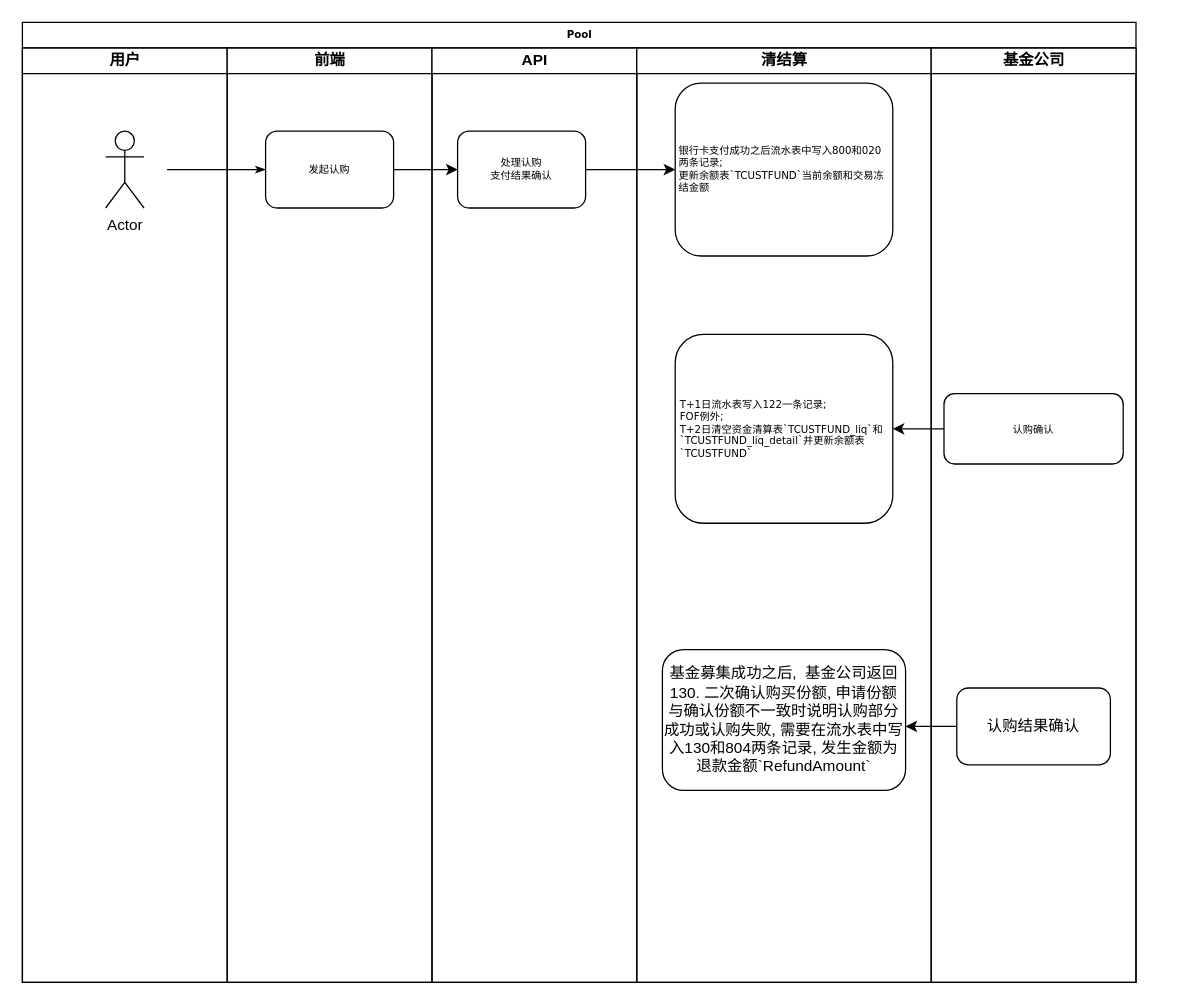
Above: page "认购-银行卡支付" (1 of 5) of 2.drawio in xieyx/flow (draw.io), before the change. Source tidied: cells renumbered, new cells numbered last; positions are measured from the earlier drawing's top-left corner, leaving out a move shared by most shapes. Both pictures are drawn from the tidied source at 128%, with x=0, y=0 at pixel (22, 22).
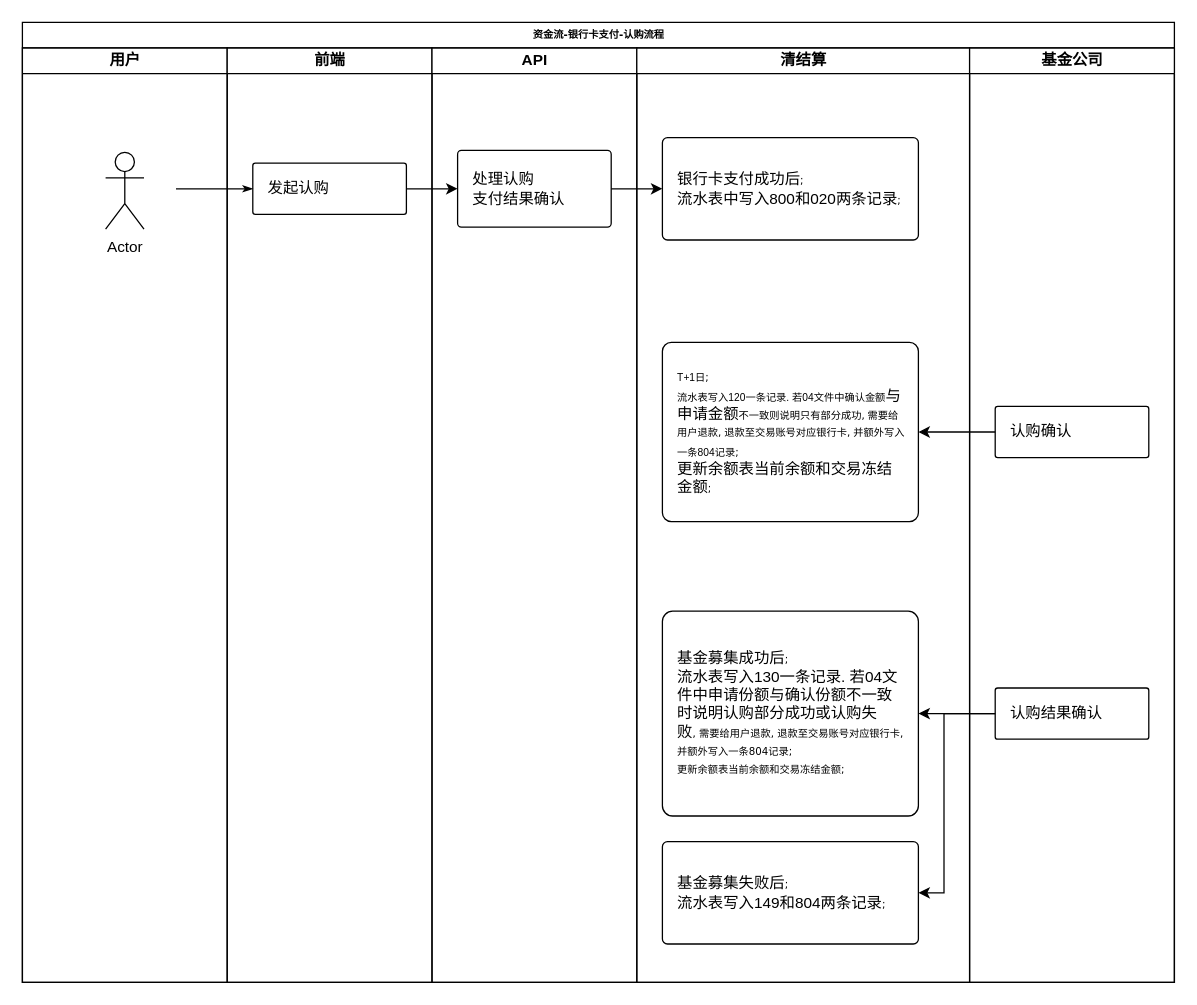
After the change.

Unchanged cells that the change refers to:
```xml
<mxCell id="3" value="用户" style="swimlane;html=1;startSize=20;" parent="2" vertex="1">
  <mxGeometry y="20" width="160" height="730" as="geometry" />
</mxCell>
<mxCell id="6" value="前端" style="swimlane;html=1;startSize=20;" parent="2" vertex="1">
  <mxGeometry x="160" y="20" width="160" height="730" as="geometry" />
</mxCell>
<mxCell id="8" value="API" style="swimlane;html=1;startSize=20;" parent="2" vertex="1">
  <mxGeometry x="320" y="20" width="160" height="730" as="geometry" />
</mxCell>
```

The edit, as a diff of the source:
```diff
@@
-    <mxCell id="2" value="Pool" style="swimlane;html=1;startSize=20;rounded=0;shadow=0;labelBackgroundColor=none;strokeWidth=1;fontFamily=Verdana;fontSize=8;align=center;" parent="1" vertex="1">
-      <mxGeometry width="870" height="750" as="geometry" />
+    <mxCell id="2" value="资金流-银行卡支付-认购流程" style="swimlane;html=1;startSize=20;rounded=0;shadow=0;labelBackgroundColor=none;strokeWidth=1;fontFamily=Verdana;fontSize=8;align=center;" parent="1" vertex="1">
+      <mxGeometry width="900" height="750" as="geometry" />
     </mxCell>
@@
     <mxCell id="4" value="Actor" style="shape=umlActor;verticalLabelPosition=bottom;verticalAlign=top;html=1;" parent="3" vertex="1">
-      <mxGeometry x="65" y="65" width="30" height="60" as="geometry" />
+      <mxGeometry x="65" y="81.5" width="30" height="60" as="geometry" />
     </mxCell>
-    <mxCell id="5" style="edgeStyle=orthogonalEdgeStyle;rounded=1;html=1;labelBackgroundColor=none;startArrow=none;startFill=0;startSize=5;endArrow=classicThin;endFill=1;endSize=5;jettySize=auto;strokeWidth=1;fontFamily=Verdana;fontSize=8;" parent="2" edge="1" target="7">
-      <mxGeometry relative="1" as="geometry">
-        <mxPoint x="120" y="115" as="sourcePoint" />
-        <Array as="points">
-          <mxPoint x="110" y="115" />
-          <mxPoint x="110" y="115" />
-        </Array>
-      </mxGeometry>
-    </mxCell>
@@
-    <mxCell id="7" value="发起认购" style="rounded=1;whiteSpace=wrap;html=1;shadow=0;labelBackgroundColor=none;strokeWidth=1;fontFamily=Verdana;fontSize=8;align=center;" parent="6" vertex="1">
-      <mxGeometry x="30" y="65" width="100" height="60" as="geometry" />
+    <mxCell id="7" value="发起认购" style="rounded=1;whiteSpace=wrap;html=1;align=left;spacingLeft=2;spacingRight=2;spacing=10;arcSize=5;" parent="6" vertex="1">
+      <mxGeometry x="20" y="90" width="120" height="40" as="geometry" />
     </mxCell>
@@
-    <mxCell id="9" value="处理认购&lt;br&gt;支付结果确认&lt;br&gt;" style="rounded=1;whiteSpace=wrap;html=1;shadow=0;labelBackgroundColor=none;strokeWidth=1;fontFamily=Verdana;fontSize=8;align=center;" parent="8" vertex="1">
-      <mxGeometry x="20" y="65" width="100" height="60" as="geometry" />
+    <mxCell id="9" value="处理认购&lt;br&gt;支付结果确认&lt;br&gt;" style="rounded=1;whiteSpace=wrap;html=1;align=left;spacingLeft=2;spacingRight=2;spacing=10;arcSize=5;" parent="8" vertex="1">
+      <mxGeometry x="20" y="80" width="120" height="60" as="geometry" />
     </mxCell>
+    <mxCell id="5" style="edgeStyle=orthogonalEdgeStyle;rounded=1;html=1;labelBackgroundColor=none;startArrow=none;startFill=0;startSize=5;endArrow=classicThin;endFill=1;endSize=5;jettySize=auto;strokeWidth=1;fontFamily=Verdana;fontSize=8;entryX=0;entryY=0.5;entryDx=0;entryDy=0;" parent="2" edge="1" target="7">
+      <mxGeometry relative="1" as="geometry">
+        <mxPoint x="120" y="130" as="sourcePoint" />
+        <Array as="points">
+          <mxPoint x="170" y="130" />
+          <mxPoint x="170" y="130" />
+        </Array>
+      </mxGeometry>
+    </mxCell>
+    <mxCell id="18" style="edgeStyle=orthogonalEdgeStyle;rounded=0;jettySize=auto;html=1;" parent="2" edge="1" source="7" target="9">
+      <mxGeometry relative="1" as="geometry" />
+    </mxCell>
     <mxCell id="10" value="清结算" style="swimlane;html=1;startSize=20;" parent="2" vertex="1">
-      <mxGeometry x="480" y="20" width="230" height="730" as="geometry" />
+      <mxGeometry x="480" y="20" width="260" height="730" as="geometry" />
     </mxCell>
-    <mxCell id="11" value="银行卡支付成功之后流水表中写入800和020两条记录;&lt;br&gt;更新余额表`TCUSTFUND`当前余额和交易冻结金额" style="rounded=1;whiteSpace=wrap;html=1;shadow=0;labelBackgroundColor=none;strokeWidth=1;fontFamily=Verdana;fontSize=8;align=left;spacingLeft=1;spacingRight=1;labelPosition=center;verticalLabelPosition=middle;verticalAlign=middle;" parent="10" vertex="1">
-      <mxGeometry x="30" y="27.5" width="170" height="135" as="geometry" />
+    <mxCell id="11" value="银行卡支付成功后&lt;span style=&quot;font-family: &amp;#34;verdana&amp;#34; ; font-size: 8px&quot;&gt;;&lt;/span&gt;&lt;br&gt;流水表中写入800和020两条记录&lt;span style=&quot;font-family: &amp;#34;verdana&amp;#34; ; font-size: 8px&quot;&gt;;&lt;/span&gt;" style="rounded=1;whiteSpace=wrap;html=1;align=left;spacingLeft=2;spacingRight=2;spacing=10;arcSize=5;" parent="10" vertex="1">
+      <mxGeometry x="20" y="70" width="200" height="80" as="geometry" />
     </mxCell>
-    <mxCell id="12" value="T+1日流水表写入122一条记录;&lt;br&gt;FOF例外; &lt;br&gt;T+2日清空资金清算表`TCUSTFUND_liq`和`TCUSTFUND_liq_detail`并更新余额表`TCUSTFUND`&lt;br&gt;" style="rounded=1;shadow=0;labelBackgroundColor=none;strokeWidth=1;fontFamily=Verdana;fontSize=8;align=left;spacingLeft=2;spacingRight=2;labelPosition=center;verticalLabelPosition=middle;verticalAlign=middle;whiteSpace=wrap;html=1;" parent="10" vertex="1">
-      <mxGeometry x="30" y="223.8" width="170" height="147.5" as="geometry" />
+    <mxCell id="12" value="&lt;span style=&quot;font-size: 8px&quot;&gt;T+1日&lt;/span&gt;&lt;span style=&quot;font-family: &amp;#34;verdana&amp;#34; ; font-size: 8px&quot;&gt;;&lt;/span&gt;&lt;span style=&quot;font-size: 8px&quot;&gt;&lt;br&gt;流水表写入120一条记录. 若04文件中确认金额&lt;/span&gt;&lt;span&gt;与申请金额&lt;span style=&quot;font-size: 8px&quot;&gt;不一致则说明只有部分成功&lt;/span&gt;&lt;/span&gt;&lt;span style=&quot;font-family: &amp;#34;verdana&amp;#34; ; font-size: 8px&quot;&gt;,&lt;/span&gt;&lt;span&gt;&lt;span style=&quot;font-size: 8px&quot;&gt;&amp;nbsp;需要给用户退款&lt;/span&gt;&lt;/span&gt;&lt;span style=&quot;font-family: &amp;#34;verdana&amp;#34; ; font-size: 8px&quot;&gt;,&lt;/span&gt;&lt;span&gt;&lt;span style=&quot;font-size: 8px&quot;&gt;&amp;nbsp;退款至交易账号对应银行卡&lt;/span&gt;&lt;/span&gt;&lt;span style=&quot;font-family: &amp;#34;verdana&amp;#34; ; font-size: 8px&quot;&gt;,&lt;/span&gt;&lt;span&gt;&lt;span style=&quot;font-size: 8px&quot;&gt;&amp;nbsp;并额外写入一条804记录&lt;/span&gt;&lt;/span&gt;&lt;span style=&quot;font-family: &amp;#34;verdana&amp;#34; ; font-size: 8px&quot;&gt;;&lt;/span&gt;&lt;span&gt;&lt;span style=&quot;font-size: 8px&quot;&gt;&lt;br&gt;&lt;/span&gt;&lt;/span&gt;更新余额表当前余额和交易冻结金额&lt;span style=&quot;font-family: &amp;#34;verdana&amp;#34; ; font-size: 8px&quot;&gt;;&lt;/span&gt;&lt;span&gt;&lt;br&gt;&lt;/span&gt;" style="rounded=1;whiteSpace=wrap;html=1;align=left;spacingLeft=2;spacingRight=2;spacing=10;arcSize=5;" parent="10" vertex="1">
+      <mxGeometry x="20" y="230" width="200" height="140" as="geometry" />
     </mxCell>
-    <mxCell id="13" value="基金募集成功之后,&amp;nbsp; 基金公司返回130. 二次确认购买份额, 申请份额与确认份额不一致时说明认购部分成功或认购失败, 需要在流水表中写入130和804两条记录, 发生金额为退款金额`RefundAmount`" style="rounded=1;whiteSpace=wrap;html=1;align=center;" parent="10" vertex="1">
-      <mxGeometry x="20" y="470" width="190" height="110" as="geometry" />
+    <mxCell id="13" value="基金募集成功后&lt;span style=&quot;font-family: &amp;#34;verdana&amp;#34; ; font-size: 8px&quot;&gt;;&lt;/span&gt;&lt;br&gt;流水表写入130一条记录. 若04文件中申请份额与确认份额不一致时说明认购部分成功或认购失败&lt;span style=&quot;font-family: &amp;#34;verdana&amp;#34; ; font-size: 8px&quot;&gt;,&amp;nbsp;&lt;/span&gt;&lt;span style=&quot;font-family: &amp;#34;verdana&amp;#34; ; font-size: 8px&quot;&gt;需要给用户退款, 退款至交易账号对应银行卡, 并额外写入一条804记录&lt;/span&gt;&lt;span style=&quot;font-family: &amp;#34;verdana&amp;#34; ; font-size: 8px&quot;&gt;;&lt;/span&gt;&lt;br&gt;&lt;span style=&quot;font-family: &amp;#34;verdana&amp;#34; ; font-size: 8px&quot;&gt;更新余额表当前余额和交易冻结金额;&lt;/span&gt;" style="rounded=1;whiteSpace=wrap;html=1;align=left;spacingLeft=2;spacingRight=2;spacing=10;arcSize=5;" parent="10" vertex="1">
+      <mxGeometry x="20" y="440" width="200" height="160" as="geometry" />
     </mxCell>
+    <mxCell id="22" value="基金募集失败后&lt;span style=&quot;font-family: &amp;#34;verdana&amp;#34; ; font-size: 8px&quot;&gt;;&lt;/span&gt;&lt;br&gt;流水表写入149和804两条记录&lt;span style=&quot;font-family: &amp;#34;verdana&amp;#34; ; font-size: 8px&quot;&gt;;&lt;/span&gt;" style="rounded=1;whiteSpace=wrap;html=1;align=left;spacingLeft=2;spacingRight=2;arcSize=5;spacing=10;" parent="10" vertex="1">
+      <mxGeometry x="20" y="620" width="200" height="80" as="geometry" />
+    </mxCell>
     <mxCell id="14" value="基金公司" style="swimlane;html=1;startSize=20;" parent="2" vertex="1">
-      <mxGeometry x="710" y="20" width="160" height="730" as="geometry" />
+      <mxGeometry x="740" y="20" width="160" height="730" as="geometry" />
     </mxCell>
-    <mxCell id="15" value="认购确认" style="rounded=1;whiteSpace=wrap;html=1;shadow=0;labelBackgroundColor=none;strokeWidth=1;fontFamily=Verdana;fontSize=8;align=center;spacingLeft=1;spacingRight=1;labelPosition=center;verticalLabelPosition=middle;verticalAlign=middle;" parent="14" vertex="1">
-      <mxGeometry x="10" y="270" width="140" height="55" as="geometry" />
+    <mxCell id="15" value="认购确认" style="rounded=1;whiteSpace=wrap;html=1;align=left;spacingLeft=2;spacingRight=2;spacing=10;arcSize=5;" parent="14" vertex="1">
+      <mxGeometry x="20" y="280" width="120" height="40" as="geometry" />
     </mxCell>
@@
-    <mxCell id="17" value="认购结果确认" style="rounded=1;whiteSpace=wrap;html=1;align=center;" parent="14" vertex="1">
-      <mxGeometry x="20" y="500" width="120" height="60" as="geometry" />
+    <mxCell id="17" value="认购结果确认" style="rounded=1;whiteSpace=wrap;html=1;align=left;spacingLeft=2;spacingRight=2;spacing=10;arcSize=5;" parent="14" vertex="1">
+      <mxGeometry x="20" y="500" width="120" height="40" as="geometry" />
     </mxCell>
-    <mxCell id="18" style="edgeStyle=orthogonalEdgeStyle;rounded=0;jettySize=auto;html=1;" parent="2" edge="1" source="7" target="9">
-      <mxGeometry relative="1" as="geometry" />
-    </mxCell>
-    <mxCell id="19" style="edgeStyle=orthogonalEdgeStyle;rounded=0;jettySize=auto;html=1;" parent="2" edge="1" source="15" target="12">
+    <mxCell id="19" style="edgeStyle=orthogonalEdgeStyle;rounded=0;jettySize=auto;html=1;entryX=1;entryY=0.5;entryDx=0;entryDy=0;exitX=0;exitY=0.5;exitDx=0;exitDy=0;" parent="2" edge="1" source="15" target="12">
       <mxGeometry relative="1" as="geometry">
         <Array as="points">
-          <mxPoint x="690" y="317" />
-          <mxPoint x="690" y="317" />
+          <mxPoint x="750" y="320" />
+          <mxPoint x="750" y="320" />
         </Array>
       </mxGeometry>
     </mxCell>
+    <mxCell id="21" style="edgeStyle=orthogonalEdgeStyle;rounded=0;jettySize=auto;html=1;entryX=1;entryY=0.5;entryDx=0;entryDy=0;exitX=0;exitY=0.5;exitDx=0;exitDy=0;" parent="2" edge="1" source="17" target="13">
+      <mxGeometry relative="1" as="geometry">
+        <Array as="points">
+          <mxPoint x="760" y="540" />
+        </Array>
+      </mxGeometry>
+    </mxCell>
+    <mxCell id="23" style="edgeStyle=orthogonalEdgeStyle;rounded=0;jettySize=auto;html=1;entryX=1;entryY=0.5;entryDx=0;entryDy=0;exitX=0;exitY=0.5;exitDx=0;exitDy=0;" parent="2" edge="1" source="17" target="22">
+      <mxGeometry relative="1" as="geometry">
+        <Array as="points">
+          <mxPoint x="720" y="540" />
+          <mxPoint x="720" y="680" />
+        </Array>
+      </mxGeometry>
+    </mxCell>
-    <mxCell id="20" style="edgeStyle=orthogonalEdgeStyle;rounded=0;jettySize=auto;html=1;" parent="2" edge="1" source="9" target="11">
+    <mxCell id="20" style="edgeStyle=orthogonalEdgeStyle;rounded=0;jettySize=auto;html=1;exitX=1;exitY=0.5;exitDx=0;exitDy=0;entryX=0;entryY=0.5;entryDx=0;entryDy=0;" parent="2" edge="1" source="9" target="11">
       <mxGeometry relative="1" as="geometry" />
     </mxCell>
-    <mxCell id="21" style="edgeStyle=orthogonalEdgeStyle;rounded=0;jettySize=auto;html=1;" parent="2" edge="1" source="17" target="13">
-      <mxGeometry relative="1" as="geometry">
-        <Array as="points">
-          <mxPoint x="700" y="550" />
-          <mxPoint x="700" y="550" />
-        </Array>
-      </mxGeometry>
-    </mxCell>
```
